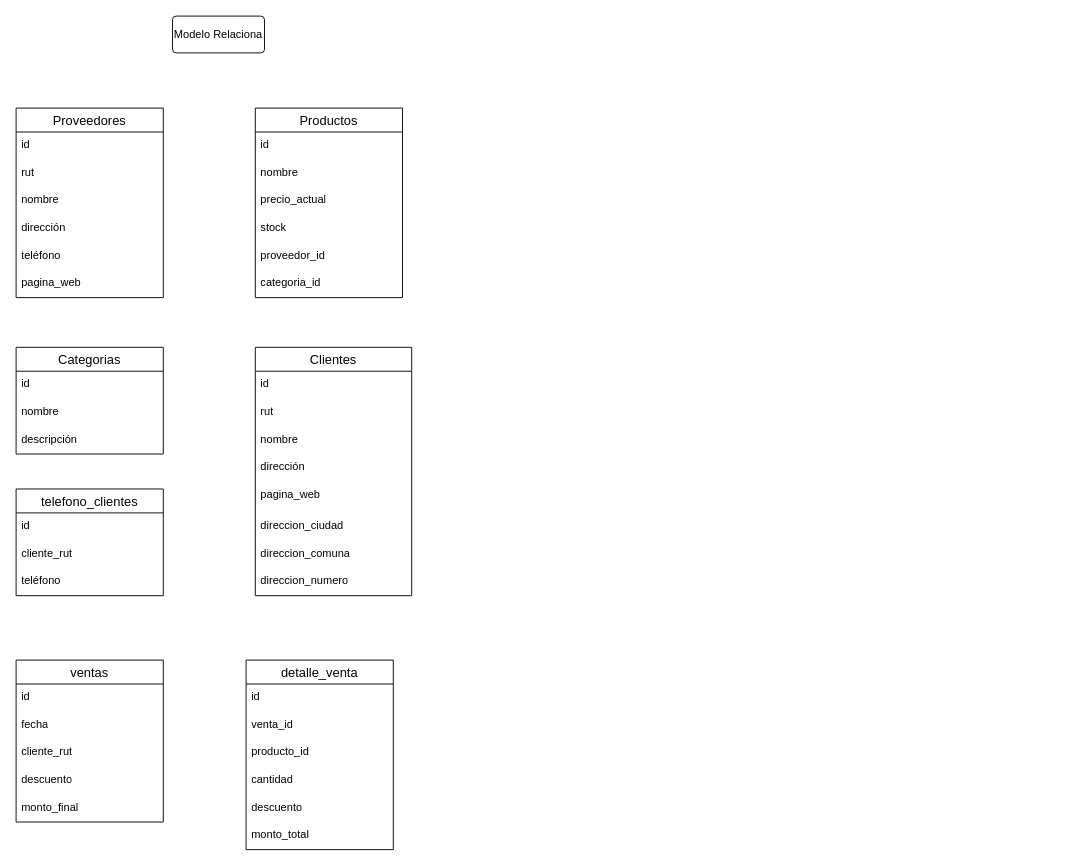
The draw.io diagram Diagrama sin título.drawio in klichorf/C-, before the edit. Source tidied: cells renumbered, new cells numbered last; positions are measured from the earlier drawing's top-left corner, leaving out a move shared by most shapes. Both pictures are drawn from the tidied source at 92%, with x=0, y=0 at pixel (16, 16).
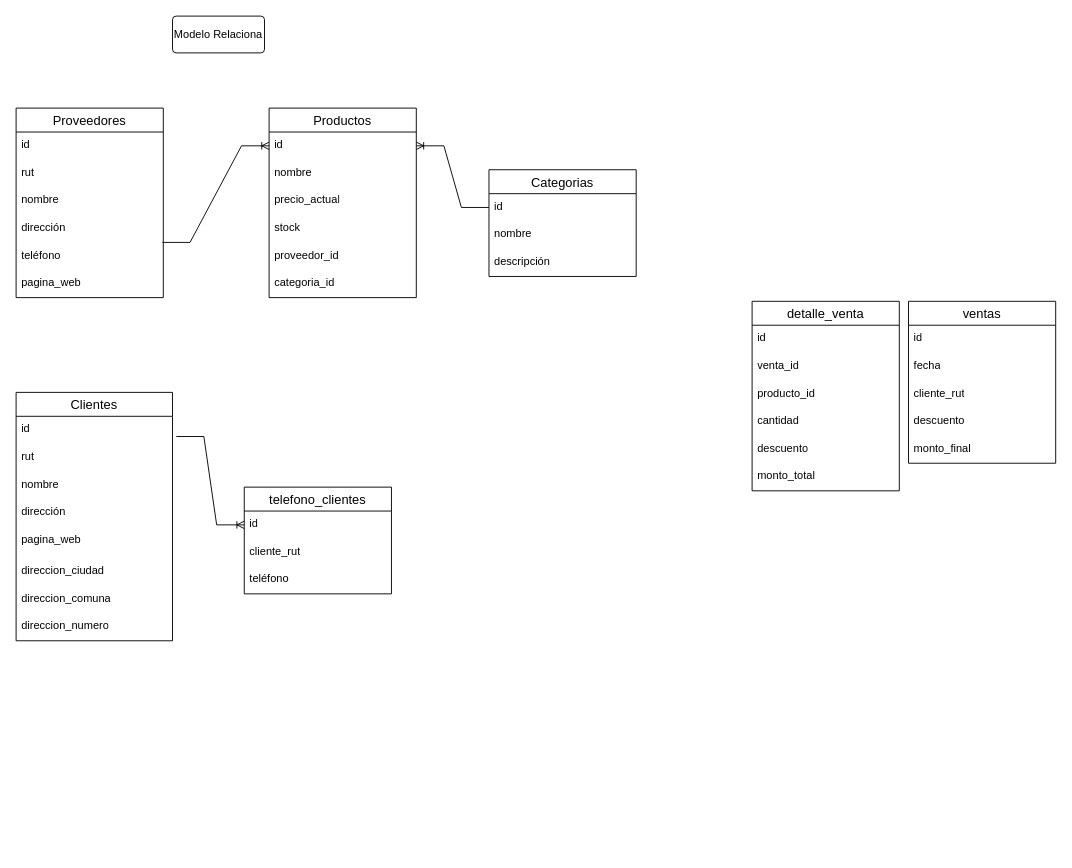
Above is the later version.

The change refers to these unchanged cells:
```xml
<mxCell id="8" value="teléfono&amp;nbsp;" style="text;strokeColor=none;fillColor=none;spacingLeft=4;spacingRight=4;overflow=hidden;points=[[0,0.5],[1,0.5]];portConstraint=eastwest;fontSize=12;whiteSpace=wrap;html=1;" parent="3" vertex="1">
  <mxGeometry y="146" width="160" height="30" as="geometry" />
</mxCell>
<mxCell id="11" value="id" style="text;strokeColor=none;fillColor=none;spacingLeft=4;spacingRight=4;overflow=hidden;points=[[0,0.5],[1,0.5]];portConstraint=eastwest;fontSize=12;whiteSpace=wrap;html=1;" parent="10" vertex="1">
  <mxGeometry y="26" width="160" height="30" as="geometry" />
</mxCell>
<mxCell id="18" value="id" style="text;strokeColor=none;fillColor=none;spacingLeft=4;spacingRight=4;overflow=hidden;points=[[0,0.5],[1,0.5]];portConstraint=eastwest;fontSize=12;whiteSpace=wrap;html=1;" parent="17" vertex="1">
  <mxGeometry y="26" width="160" height="30" as="geometry" />
</mxCell>
<mxCell id="22" value="id" style="text;strokeColor=none;fillColor=none;spacingLeft=4;spacingRight=4;overflow=hidden;points=[[0,0.5],[1,0.5]];portConstraint=eastwest;fontSize=12;whiteSpace=wrap;html=1;" parent="21" vertex="1">
  <mxGeometry y="26" width="170" height="30" as="geometry" />
</mxCell>
<mxCell id="31" value="id" style="text;strokeColor=none;fillColor=none;spacingLeft=4;spacingRight=4;overflow=hidden;points=[[0,0.5],[1,0.5]];portConstraint=eastwest;fontSize=12;whiteSpace=wrap;html=1;" parent="30" vertex="1">
  <mxGeometry y="26" width="160" height="30" as="geometry" />
</mxCell>
```

Change to the diagram source:
```diff
@@
     <mxCell id="10" value="Productos" style="swimlane;fontStyle=0;horizontal=1;startSize=26;align=center;fontSize=14;" parent="1" vertex="1">
-      <mxGeometry x="260" y="100" width="160" height="206" as="geometry" />
+      <mxGeometry x="275" y="100" width="160" height="206" as="geometry" />
     </mxCell>
@@
     <mxCell id="17" value="Categorias" style="swimlane;fontStyle=0;horizontal=1;startSize=26;align=center;fontSize=14;" parent="1" vertex="1">
-      <mxGeometry y="360" width="160" height="116" as="geometry" />
+      <mxGeometry x="514" y="167" width="160" height="116" as="geometry" />
     </mxCell>
@@
     <mxCell id="21" value="Clientes" style="swimlane;fontStyle=0;horizontal=1;startSize=26;align=center;fontSize=14;" parent="1" vertex="1">
-      <mxGeometry x="260" y="360" width="170" height="270" as="geometry" />
+      <mxGeometry y="409" width="170" height="270" as="geometry" />
     </mxCell>
@@
     <mxCell id="30" value="telefono_clientes" style="swimlane;fontStyle=0;horizontal=1;startSize=26;align=center;fontSize=14;" parent="1" vertex="1">
-      <mxGeometry y="514" width="160" height="116" as="geometry" />
+      <mxGeometry x="248" y="512" width="160" height="116" as="geometry" />
     </mxCell>
@@
     <mxCell id="34" value="ventas" style="swimlane;fontStyle=0;horizontal=1;startSize=26;align=center;fontSize=14;" parent="1" vertex="1">
-      <mxGeometry y="700" width="160" height="176" as="geometry" />
+      <mxGeometry x="970" y="310" width="160" height="176" as="geometry" />
     </mxCell>
@@
     <mxCell id="40" value="detalle_venta" style="swimlane;fontStyle=0;horizontal=1;startSize=26;align=center;fontSize=14;" parent="1" vertex="1">
-      <mxGeometry x="250" y="700" width="160" height="206" as="geometry" />
+      <mxGeometry x="800" y="310" width="160" height="206" as="geometry" />
     </mxCell>
@@
+    <mxCell id="47" style="edgeStyle=entityRelationEdgeStyle;fontSize=12;html=1;endArrow=ERoneToMany;rounded=0;exitX=0.994;exitY=0;exitDx=0;exitDy=0;exitPerimeter=0;entryX=0;entryY=0.5;entryDx=0;entryDy=0;" parent="1" edge="1" source="8" target="11">
+      <mxGeometry relative="1" as="geometry" />
+    </mxCell>
+    <mxCell id="48" style="edgeStyle=entityRelationEdgeStyle;fontSize=12;html=1;endArrow=ERoneToMany;rounded=0;" parent="1" edge="1" source="18" target="11">
+      <mxGeometry relative="1" as="geometry" />
+    </mxCell>
+    <mxCell id="49" style="edgeStyle=entityRelationEdgeStyle;fontSize=12;html=1;endArrow=ERoneToMany;rounded=0;exitX=1.024;exitY=0.733;exitDx=0;exitDy=0;exitPerimeter=0;" parent="1" edge="1" source="22" target="31">
+      <mxGeometry relative="1" as="geometry" />
+    </mxCell>
```
